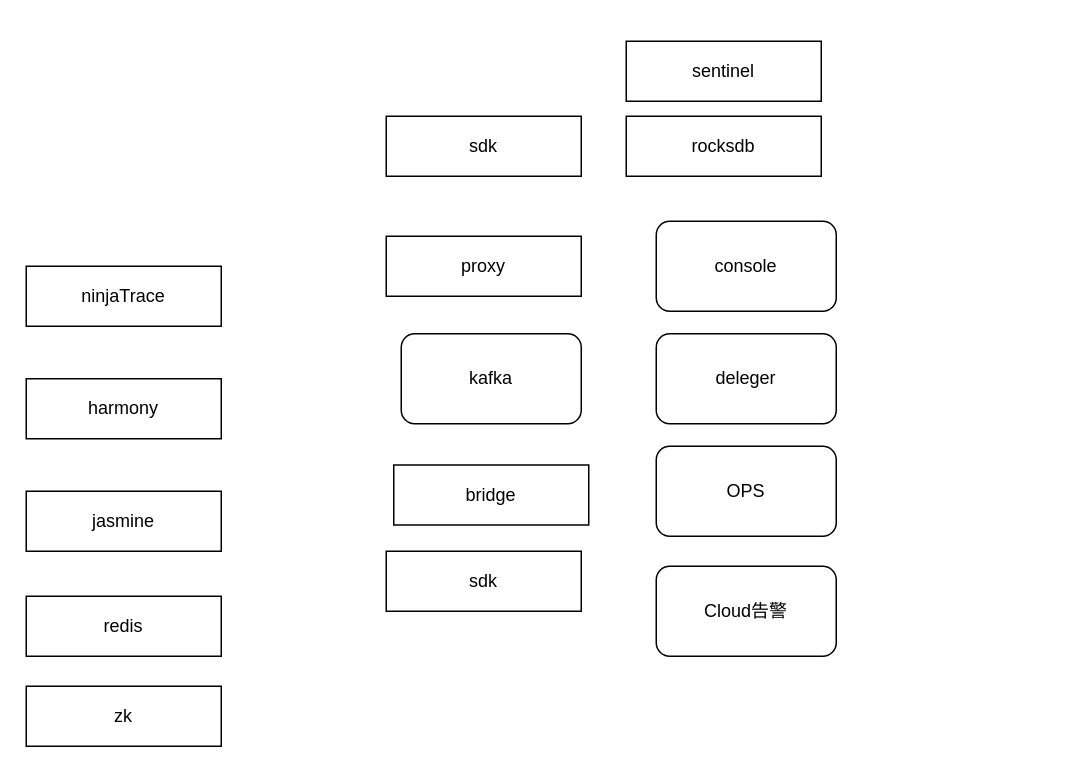
This is hermes.drawio from MihirrajDixit/drawio, a draw.io file, before an edit. Source tidied: cells renumbered, new cells numbered last; positions are measured from the earlier drawing's top-left corner, leaving out a move shared by most shapes. Both pictures are drawn from the tidied source at 150%, with x=0, y=0 at pixel (26, 40).
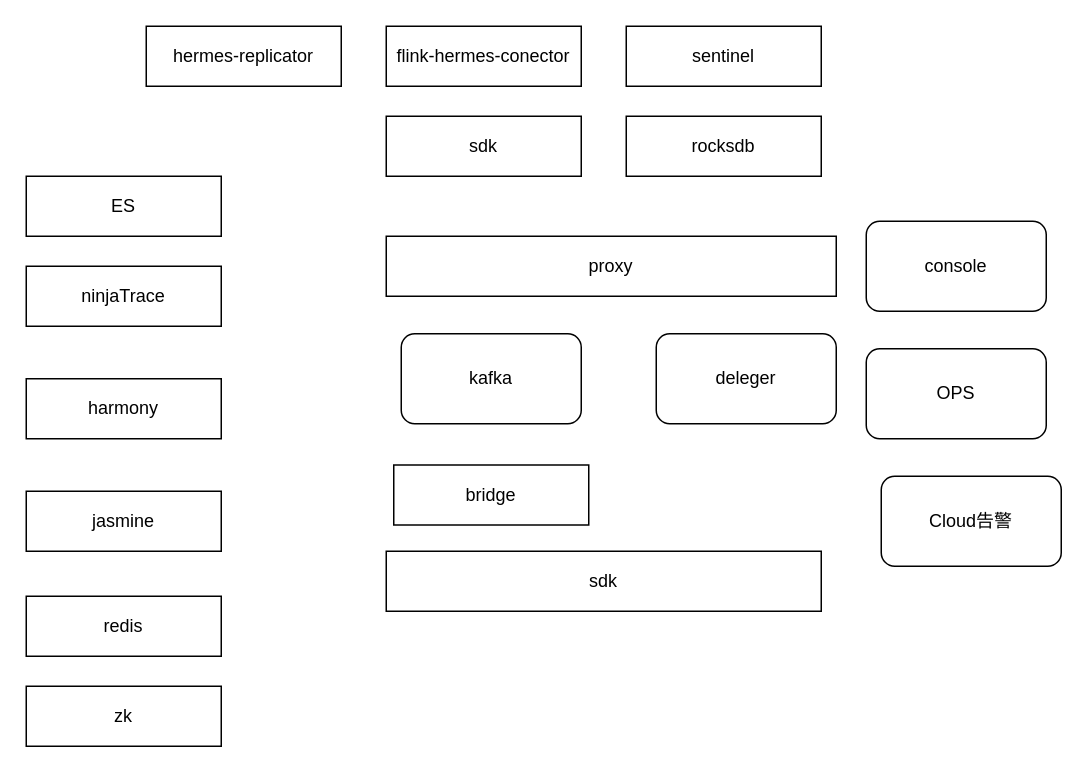
Above is the later version.

Diff of the diagram source:
```diff
@@
     <mxCell id="2" value="proxy" style="rounded=0;whiteSpace=wrap;html=1;" parent="1" vertex="1">
-      <mxGeometry x="240" y="130" width="130" height="40" as="geometry" />
+      <mxGeometry x="240" y="130" width="300" height="40" as="geometry" />
     </mxCell>
@@
     <mxCell id="12" value="sentinel" style="rounded=0;whiteSpace=wrap;html=1;" parent="1" vertex="1">
-      <mxGeometry x="400" width="130" height="40" as="geometry" />
+      <mxGeometry x="400" y="-10" width="130" height="40" as="geometry" />
     </mxCell>
     <mxCell id="13" value="sdk" style="rounded=0;whiteSpace=wrap;html=1;" parent="1" vertex="1">
-      <mxGeometry x="240" y="340" width="130" height="40" as="geometry" />
+      <mxGeometry x="240" y="340" width="290" height="40" as="geometry" />
     </mxCell>
@@
     <mxCell id="15" value="console" style="rounded=1;whiteSpace=wrap;html=1;" parent="1" vertex="1">
-      <mxGeometry x="420" y="120" width="120" height="60" as="geometry" />
+      <mxGeometry x="560" y="120" width="120" height="60" as="geometry" />
     </mxCell>
     <mxCell id="16" value="OPS" style="rounded=1;whiteSpace=wrap;html=1;" parent="1" vertex="1">
-      <mxGeometry x="420" y="270" width="120" height="60" as="geometry" />
+      <mxGeometry x="560" y="205" width="120" height="60" as="geometry" />
     </mxCell>
     <mxCell id="17" value="Cloud告警" style="rounded=1;whiteSpace=wrap;html=1;" parent="1" vertex="1">
-      <mxGeometry x="420" y="350" width="120" height="60" as="geometry" />
+      <mxGeometry x="570" y="290" width="120" height="60" as="geometry" />
     </mxCell>
+    <mxCell id="18" value="ES" style="rounded=0;whiteSpace=wrap;html=1;" parent="1" vertex="1">
+      <mxGeometry y="90" width="130" height="40" as="geometry" />
+    </mxCell>
+    <mxCell id="19" value="flink-hermes-conector" style="rounded=0;whiteSpace=wrap;html=1;" parent="1" vertex="1">
+      <mxGeometry x="240" y="-10" width="130" height="40" as="geometry" />
+    </mxCell>
+    <mxCell id="20" value="hermes-replicator" style="rounded=0;whiteSpace=wrap;html=1;" parent="1" vertex="1">
+      <mxGeometry x="80" y="-10" width="130" height="40" as="geometry" />
+    </mxCell>
```
